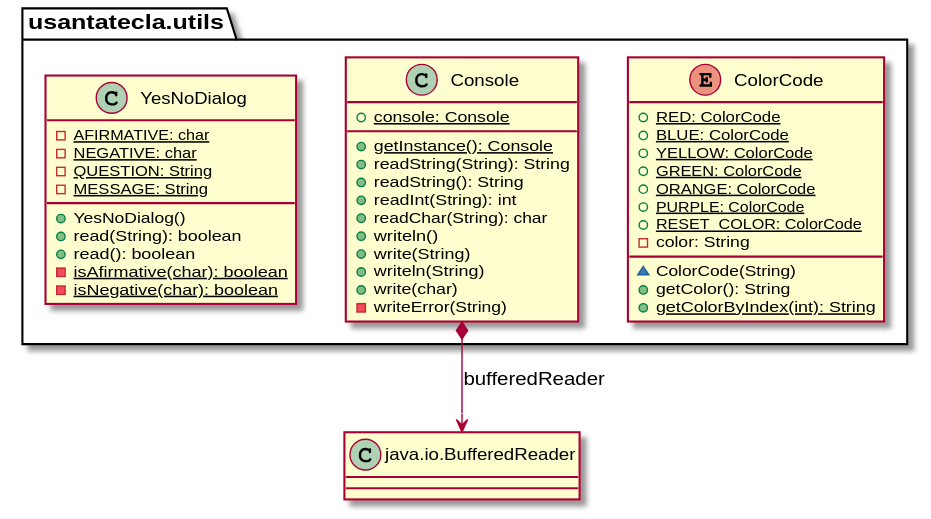
The PlantUML diagram domainModel/docs/diagrams/out/paquetes/usantatecla.utils.svg in SantaTecla-mastermind/solution.java.swing.socket.sql, before a commit. Its diagram source:
```plantuml
@startuml
enum  usantatecla.utils.ColorCode{
+ {static} RED: ColorCode
+ {static} BLUE: ColorCode
+ {static} YELLOW: ColorCode
+ {static} GREEN: ColorCode
+ {static} ORANGE: ColorCode
+ {static} PURPLE: ColorCode
+ {static} RESET_COLOR: ColorCode
- color: String
~ ColorCode(String)
+ getColor(): String
+ {static} getColorByIndex(int): String
}

class  usantatecla.utils.Console{
+ {static} console: Console
+ {static} getInstance(): Console
+ readString(String): String
+ readString(): String
+ readInt(String): int
+ readChar(String): char
+ writeln()
+ write(String)
+ writeln(String)
+ write(char)
- writeError(String)
}

class BufferedReader as "java.io.BufferedReader"

usantatecla.utils.Console *-down-> BufferedReader : bufferedReader



class  usantatecla.utils.YesNoDialog{
- {static} AFIRMATIVE: char
- {static} NEGATIVE: char
- {static} QUESTION: String
- {static} MESSAGE: String
+ YesNoDialog()
+ read(String): boolean
+ read(): boolean
- {static} isAfirmative(char): boolean
- {static} isNegative(char): boolean
}
@enduml
```
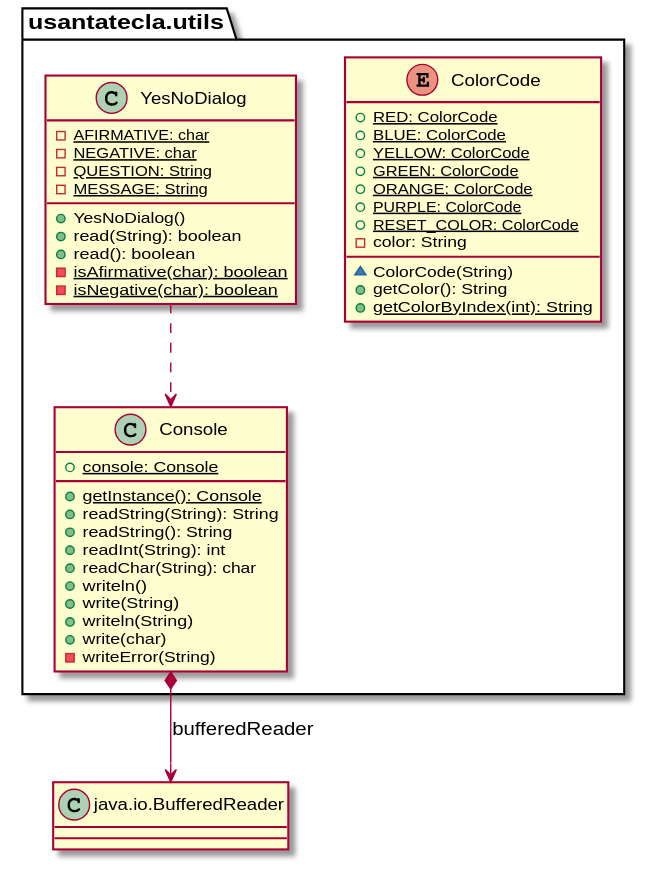
After the commit.

Commit message:
DomainModel diagrams completely finished

Diff of the diagram source:
```diff
@@ -44,4 +44,5 @@
 - {static} isAfirmative(char): boolean
 - {static} isNegative(char): boolean
 }
+usantatecla.utils.YesNoDialog .down.> usantatecla.utils.Console
 @enduml
```
